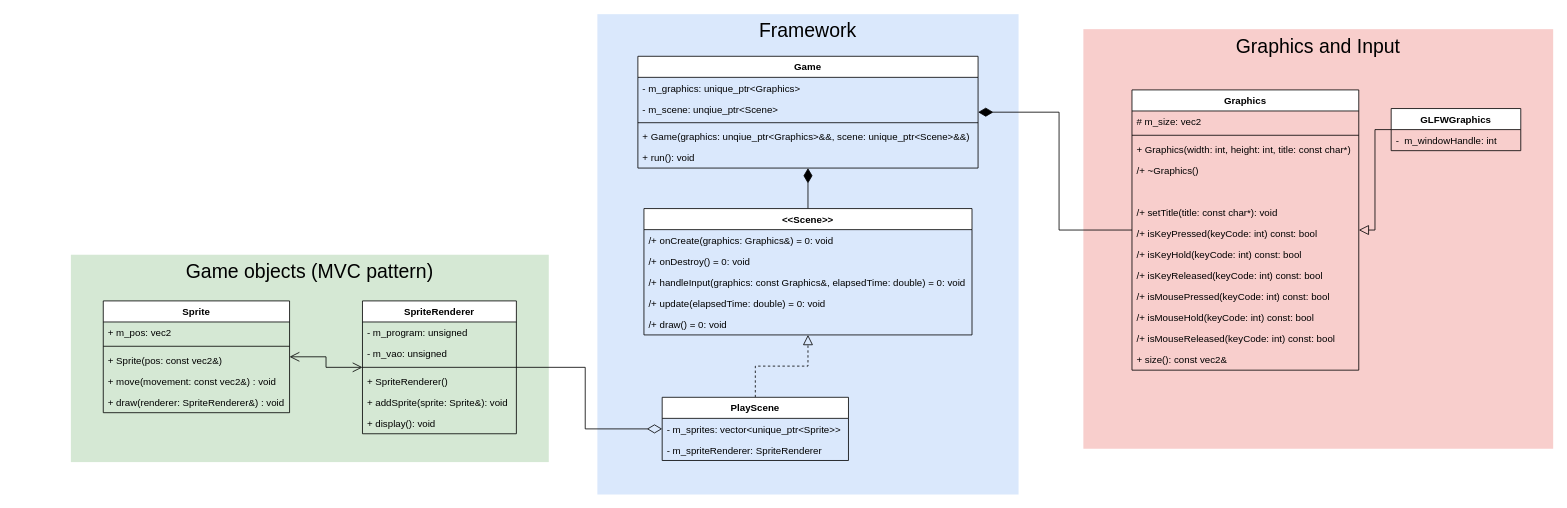
Before: docs/Game design.drawio in antjowie/Breakout, a draw.io diagram. Source tidied: cells renumbered, new cells numbered last; positions are measured from the earlier drawing's top-left corner, leaving out a move shared by most shapes. Both pictures are drawn from the tidied source at 81%, with x=0, y=0 at pixel (70, 14).
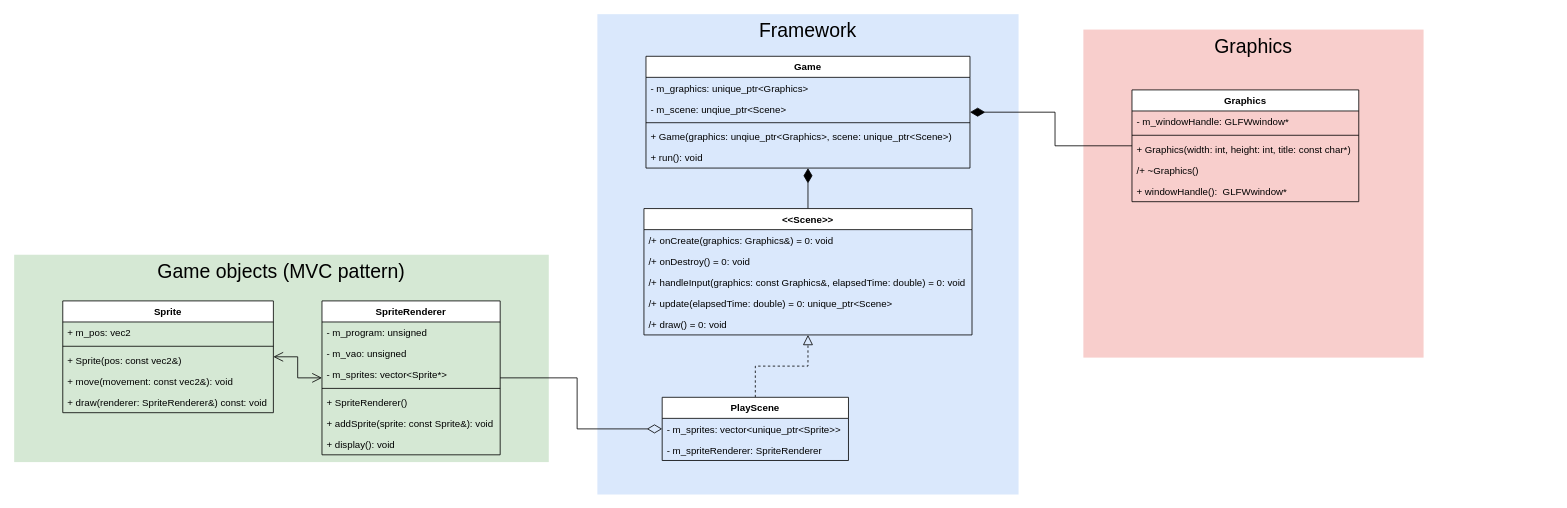
The same page after the edit.

Unchanged cells that the change refers to:
```xml
<mxCell id="30" value="&lt;&lt;Scene&gt;&gt;" style="swimlane;fontStyle=1;align=center;verticalAlign=top;horizontal=1;startSize=26;fillColor=#ffffff;" parent="1" vertex="1">
  <mxGeometry x="707.5" y="240" width="405" height="156" as="geometry" />
</mxCell>
```

Change to the diagram source:
```diff
@@
-    <mxCell id="3" value="Graphics and Input" style="rounded=0;whiteSpace=wrap;html=1;verticalAlign=top;fontSize=24;strokeColor=none;fillColor=#f8cecc;" parent="1" vertex="1">
-      <mxGeometry x="1250" y="18.5" width="580" height="518" as="geometry" />
+    <mxCell id="3" value="Graphics" style="rounded=0;whiteSpace=wrap;html=1;verticalAlign=top;fontSize=24;strokeColor=none;fillColor=#f8cecc;" parent="1" vertex="1">
+      <mxGeometry x="1250" y="19" width="420" height="405" as="geometry" />
     </mxCell>
     <mxCell id="4" value="Game objects (MVC pattern)" style="rounded=0;whiteSpace=wrap;html=1;verticalAlign=top;fontSize=24;strokeColor=none;fillColor=#d5e8d4;" parent="1" vertex="1">
-      <mxGeometry y="297" width="590" height="256" as="geometry" />
+      <mxGeometry x="-70" y="297" width="660" height="256" as="geometry" />
     </mxCell>
@@
     <mxCell id="7" value="Game" style="swimlane;fontStyle=1;align=center;verticalAlign=top;horizontal=1;startSize=26;" parent="1" vertex="1">
-      <mxGeometry x="700" y="52" width="420" height="138" as="geometry" />
+      <mxGeometry x="710" y="52" width="400" height="138" as="geometry" />
     </mxCell>
     <mxCell id="8" value="- m_graphics: unique_ptr&lt;Graphics&gt;" style="text;strokeColor=none;fillColor=none;align=left;verticalAlign=top;spacingLeft=4;spacingRight=4;overflow=hidden;" parent="7" vertex="1">
-      <mxGeometry y="26" width="420" height="26" as="geometry" />
+      <mxGeometry y="26" width="400" height="26" as="geometry" />
     </mxCell>
     <mxCell id="9" value="- m_scene: unqiue_ptr&lt;Scene&gt;" style="text;strokeColor=none;fillColor=none;align=left;verticalAlign=top;spacingLeft=4;spacingRight=4;overflow=hidden;" parent="7" vertex="1">
-      <mxGeometry y="52" width="420" height="26" as="geometry" />
+      <mxGeometry y="52" width="400" height="26" as="geometry" />
     </mxCell>
     <mxCell id="10" style="line;strokeWidth=1;fillColor=none;align=left;verticalAlign=middle;spacingTop=-1;spacingLeft=3;spacingRight=3;labelPosition=right;" parent="7" vertex="1">
-      <mxGeometry y="78" width="420" height="8" as="geometry" />
+      <mxGeometry y="78" width="400" height="8" as="geometry" />
     </mxCell>
-    <mxCell id="11" value="+ Game(graphics: unqiue_ptr&lt;Graphics&gt;&amp;&amp;, scene: unique_ptr&lt;Scene&gt;&amp;&amp;)" style="text;strokeColor=none;fillColor=none;align=left;verticalAlign=top;spacingLeft=4;spacingRight=4;overflow=hidden;" parent="7" vertex="1">
-      <mxGeometry y="86" width="420" height="26" as="geometry" />
+    <mxCell id="11" value="+ Game(graphics: unqiue_ptr&lt;Graphics&gt;, scene: unique_ptr&lt;Scene&gt;)" style="text;strokeColor=none;fillColor=none;align=left;verticalAlign=top;spacingLeft=4;spacingRight=4;overflow=hidden;" parent="7" vertex="1">
+      <mxGeometry y="86" width="400" height="26" as="geometry" />
     </mxCell>
     <mxCell id="12" value="+ run(): void" style="text;strokeColor=none;fillColor=none;align=left;verticalAlign=top;spacingLeft=4;spacingRight=4;overflow=hidden;" parent="7" vertex="1">
-      <mxGeometry y="112" width="420" height="26" as="geometry" />
+      <mxGeometry y="112" width="400" height="26" as="geometry" />
     </mxCell>
     <mxCell id="13" value="Graphics" style="swimlane;fontStyle=1;align=center;verticalAlign=top;horizontal=1;startSize=26;" parent="1" vertex="1">
-      <mxGeometry x="1310" y="93.5" width="280" height="346" as="geometry" />
+      <mxGeometry x="1310" y="93.5" width="280" height="138" as="geometry" />
     </mxCell>
-    <mxCell id="14" value="# m_size: vec2" style="text;strokeColor=none;fillColor=none;align=left;verticalAlign=top;spacingLeft=4;spacingRight=4;overflow=hidden;" parent="13" vertex="1">
-      <mxGeometry y="26" width="280" height="26" as="geometry" />
-    </mxCell>
+    <mxCell id="55" value="- m_windowHandle: GLFWwindow*" style="text;strokeColor=none;fillColor=none;align=left;verticalAlign=top;spacingLeft=4;spacingRight=4;overflow=hidden;" parent="13" vertex="1">
+      <mxGeometry y="26" width="280" height="26" as="geometry" />
+    </mxCell>
@@
-    <mxCell id="18" value=" " style="text;strokeColor=none;fillColor=none;align=left;verticalAlign=top;spacingLeft=4;spacingRight=4;overflow=hidden;" parent="13" vertex="1">
+    <mxCell id="18" value="+ windowHandle():  GLFWwindow*" style="text;strokeColor=none;fillColor=none;align=left;verticalAlign=top;spacingLeft=4;spacingRight=4;overflow=hidden;" parent="13" vertex="1">
       <mxGeometry y="112" width="280" height="26" as="geometry" />
     </mxCell>
-    <mxCell id="19" value="/+ setTitle(title: const char*): void" style="text;strokeColor=none;fillColor=none;align=left;verticalAlign=top;spacingLeft=4;spacingRight=4;overflow=hidden;" parent="13" vertex="1">
-      <mxGeometry y="138" width="280" height="26" as="geometry" />
-    </mxCell>
-    <mxCell id="20" value="/+ isKeyPressed(keyCode: int) const: bool" style="text;strokeColor=none;fillColor=none;align=left;verticalAlign=top;spacingLeft=4;spacingRight=4;overflow=hidden;" parent="13" vertex="1">
-      <mxGeometry y="164" width="280" height="26" as="geometry" />
-    </mxCell>
-    <mxCell id="21" value="/+ isKeyHold(keyCode: int) const: bool" style="text;strokeColor=none;fillColor=none;align=left;verticalAlign=top;spacingLeft=4;spacingRight=4;overflow=hidden;" parent="13" vertex="1">
-      <mxGeometry y="190" width="280" height="26" as="geometry" />
-    </mxCell>
-    <mxCell id="22" value="/+ isKeyReleased(keyCode: int) const: bool" style="text;strokeColor=none;fillColor=none;align=left;verticalAlign=top;spacingLeft=4;spacingRight=4;overflow=hidden;" parent="13" vertex="1">
-      <mxGeometry y="216" width="280" height="26" as="geometry" />
-    </mxCell>
-    <mxCell id="23" value="/+ isMousePressed(keyCode: int) const: bool" style="text;strokeColor=none;fillColor=none;align=left;verticalAlign=top;spacingLeft=4;spacingRight=4;overflow=hidden;" parent="13" vertex="1">
-      <mxGeometry y="242" width="280" height="26" as="geometry" />
-    </mxCell>
-    <mxCell id="24" value="/+ isMouseHold(keyCode: int) const: bool" style="text;strokeColor=none;fillColor=none;align=left;verticalAlign=top;spacingLeft=4;spacingRight=4;overflow=hidden;" parent="13" vertex="1">
-      <mxGeometry y="268" width="280" height="26" as="geometry" />
-    </mxCell>
-    <mxCell id="25" value="/+ isMouseReleased(keyCode: int) const: bool" style="text;strokeColor=none;fillColor=none;align=left;verticalAlign=top;spacingLeft=4;spacingRight=4;overflow=hidden;" parent="13" vertex="1">
-      <mxGeometry y="294" width="280" height="26" as="geometry" />
-    </mxCell>
-    <mxCell id="26" value="+ size(): const vec2&amp;" style="text;strokeColor=none;fillColor=none;align=left;verticalAlign=top;spacingLeft=4;spacingRight=4;overflow=hidden;" parent="13" vertex="1">
-      <mxGeometry y="320" width="280" height="26" as="geometry" />
-    </mxCell>
-    <mxCell id="27" style="edgeStyle=orthogonalEdgeStyle;rounded=0;jettySize=auto;html=1;endSize=10;startSize=16;endArrow=block;endFill=0;" parent="1" edge="1" source="28" target="13">
-      <mxGeometry relative="1" as="geometry" />
-    </mxCell>
-    <mxCell id="28" value="GLFWGraphics" style="swimlane;fontStyle=1;align=center;verticalAlign=top;horizontal=1;startSize=26;" parent="1" vertex="1">
-      <mxGeometry x="1630" y="116.5" width="160" height="52" as="geometry" />
-    </mxCell>
-    <mxCell id="29" value="-  m_windowHandle: int " style="text;strokeColor=none;fillColor=none;align=left;verticalAlign=top;spacingLeft=4;spacingRight=4;overflow=hidden;" parent="28" vertex="1">
-      <mxGeometry y="26" width="160" height="26" as="geometry" />
-    </mxCell>
@@
-    <mxCell id="34" value="/+ update(elapsedTime: double) = 0: void" style="text;strokeColor=none;fillColor=none;align=left;verticalAlign=top;spacingLeft=4;spacingRight=4;overflow=hidden;" parent="30" vertex="1">
+    <mxCell id="34" value="/+ update(elapsedTime: double) = 0: unique_ptr&lt;Scene&gt;" style="text;strokeColor=none;fillColor=none;align=left;verticalAlign=top;spacingLeft=4;spacingRight=4;overflow=hidden;" parent="30" vertex="1">
       <mxGeometry y="104" width="405" height="26" as="geometry" />
     </mxCell>
@@
     <mxCell id="41" value="SpriteRenderer&#10;" style="swimlane;fontStyle=1;align=center;verticalAlign=top;horizontal=1;startSize=26;" parent="1" vertex="1">
-      <mxGeometry x="360" y="354" width="190" height="164" as="geometry" />
+      <mxGeometry x="310" y="354" width="220" height="190" as="geometry" />
     </mxCell>
     <mxCell id="42" value="- m_program: unsigned" style="text;strokeColor=none;fillColor=none;align=left;verticalAlign=top;spacingLeft=4;spacingRight=4;overflow=hidden;" parent="41" vertex="1">
-      <mxGeometry y="26" width="190" height="26" as="geometry" />
+      <mxGeometry y="26" width="220" height="26" as="geometry" />
     </mxCell>
     <mxCell id="43" value="- m_vao: unsigned&#10;" style="text;strokeColor=none;fillColor=none;align=left;verticalAlign=top;spacingLeft=4;spacingRight=4;overflow=hidden;" parent="41" vertex="1">
-      <mxGeometry y="52" width="190" height="26" as="geometry" />
+      <mxGeometry y="52" width="220" height="26" as="geometry" />
     </mxCell>
+    <mxCell id="56" value="- m_sprites: vector&lt;Sprite*&gt;&#10;" style="text;strokeColor=none;fillColor=none;align=left;verticalAlign=top;spacingLeft=4;spacingRight=4;overflow=hidden;" parent="41" vertex="1">
+      <mxGeometry y="78" width="220" height="26" as="geometry" />
+    </mxCell>
     <mxCell id="44" style="line;strokeWidth=1;fillColor=none;align=left;verticalAlign=middle;spacingTop=-1;spacingLeft=3;spacingRight=3;labelPosition=right;" parent="41" vertex="1">
-      <mxGeometry y="78" width="190" height="8" as="geometry" />
+      <mxGeometry y="104" width="220" height="8" as="geometry" />
     </mxCell>
     <mxCell id="45" value="+ SpriteRenderer()" style="text;strokeColor=none;fillColor=none;align=left;verticalAlign=top;spacingLeft=4;spacingRight=4;overflow=hidden;" parent="41" vertex="1">
-      <mxGeometry y="86" width="190" height="26" as="geometry" />
+      <mxGeometry y="112" width="220" height="26" as="geometry" />
     </mxCell>
-    <mxCell id="46" value="+ addSprite(sprite: Sprite&amp;): void" style="text;strokeColor=none;fillColor=none;align=left;verticalAlign=top;spacingLeft=4;spacingRight=4;overflow=hidden;" parent="41" vertex="1">
-      <mxGeometry y="112" width="190" height="26" as="geometry" />
+    <mxCell id="46" value="+ addSprite(sprite: const Sprite&amp;): void" style="text;strokeColor=none;fillColor=none;align=left;verticalAlign=top;spacingLeft=4;spacingRight=4;overflow=hidden;" parent="41" vertex="1">
+      <mxGeometry y="138" width="220" height="26" as="geometry" />
     </mxCell>
     <mxCell id="47" value="+ display(): void" style="text;strokeColor=none;fillColor=none;align=left;verticalAlign=top;spacingLeft=4;spacingRight=4;overflow=hidden;" parent="41" vertex="1">
-      <mxGeometry y="138" width="190" height="26" as="geometry" />
+      <mxGeometry y="164" width="220" height="26" as="geometry" />
     </mxCell>
@@
     <mxCell id="49" value="Sprite&#10;" style="swimlane;fontStyle=1;align=center;verticalAlign=top;horizontal=1;startSize=26;" parent="1" vertex="1">
-      <mxGeometry x="40" y="354" width="230" height="138" as="geometry" />
+      <mxGeometry x="-10" y="354" width="260" height="138" as="geometry" />
     </mxCell>
     <mxCell id="50" value="+ m_pos: vec2&#10;" style="text;strokeColor=none;fillColor=none;align=left;verticalAlign=top;spacingLeft=4;spacingRight=4;overflow=hidden;" parent="49" vertex="1">
-      <mxGeometry y="26" width="230" height="26" as="geometry" />
+      <mxGeometry y="26" width="260" height="26" as="geometry" />
     </mxCell>
     <mxCell id="51" style="line;strokeWidth=1;fillColor=none;align=left;verticalAlign=middle;spacingTop=-1;spacingLeft=3;spacingRight=3;labelPosition=right;" parent="49" vertex="1">
-      <mxGeometry y="52" width="230" height="8" as="geometry" />
+      <mxGeometry y="52" width="260" height="8" as="geometry" />
     </mxCell>
     <mxCell id="52" value="+ Sprite(pos: const vec2&amp;)" style="text;strokeColor=none;fillColor=none;align=left;verticalAlign=top;spacingLeft=4;spacingRight=4;overflow=hidden;" parent="49" vertex="1">
-      <mxGeometry y="60" width="230" height="26" as="geometry" />
+      <mxGeometry y="60" width="260" height="26" as="geometry" />
     </mxCell>
-    <mxCell id="53" value="+ move(movement: const vec2&amp;) : void" style="text;strokeColor=none;fillColor=none;align=left;verticalAlign=top;spacingLeft=4;spacingRight=4;overflow=hidden;" parent="49" vertex="1">
-      <mxGeometry y="86" width="230" height="26" as="geometry" />
+    <mxCell id="53" value="+ move(movement: const vec2&amp;): void" style="text;strokeColor=none;fillColor=none;align=left;verticalAlign=top;spacingLeft=4;spacingRight=4;overflow=hidden;" parent="49" vertex="1">
+      <mxGeometry y="86" width="260" height="26" as="geometry" />
     </mxCell>
-    <mxCell id="54" value="+ draw(renderer: SpriteRenderer&amp;) : void" style="text;strokeColor=none;fillColor=none;align=left;verticalAlign=top;spacingLeft=4;spacingRight=4;overflow=hidden;" parent="49" vertex="1">
-      <mxGeometry y="112" width="230" height="26" as="geometry" />
+    <mxCell id="54" value="+ draw(renderer: SpriteRenderer&amp;) const: void" style="text;strokeColor=none;fillColor=none;align=left;verticalAlign=top;spacingLeft=4;spacingRight=4;overflow=hidden;" parent="49" vertex="1">
+      <mxGeometry y="112" width="260" height="26" as="geometry" />
     </mxCell>
```
